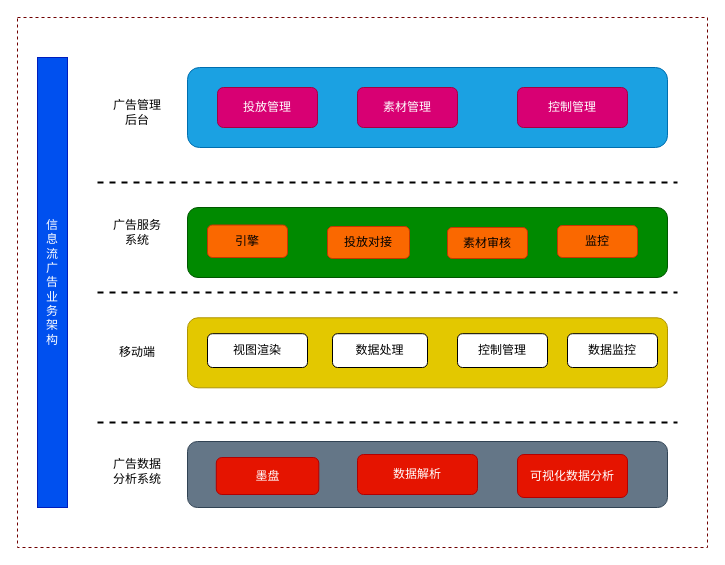
This is moji/信息流广告业务架构.drawio from HengqianSong/drawIO, a draw.io file, before an edit. Source tidied: cells renumbered, new cells numbered last; positions are measured from the earlier drawing's top-left corner, leaving out a move shared by most shapes. Both pictures are drawn from the tidied source at 100%, with x=0, y=0 at pixel (17, 17).
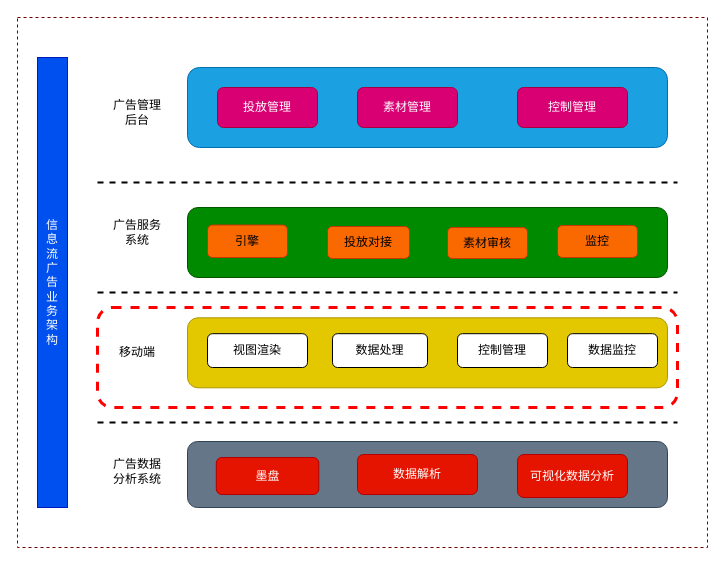
After the change.

Commit message:
更新信息流广告业务架构.drawio

What changed in the source:
```diff
@@
+    <mxCell id="29" style="rounded=1;whiteSpace=wrap;html=1;strokeColor=#FF0000;gradientColor=none;fillColor=none;dashed=1;strokeWidth=3;" parent="1" vertex="1">
+      <mxGeometry x="80" y="290" width="580" height="100" as="geometry" />
+    </mxCell>
```
